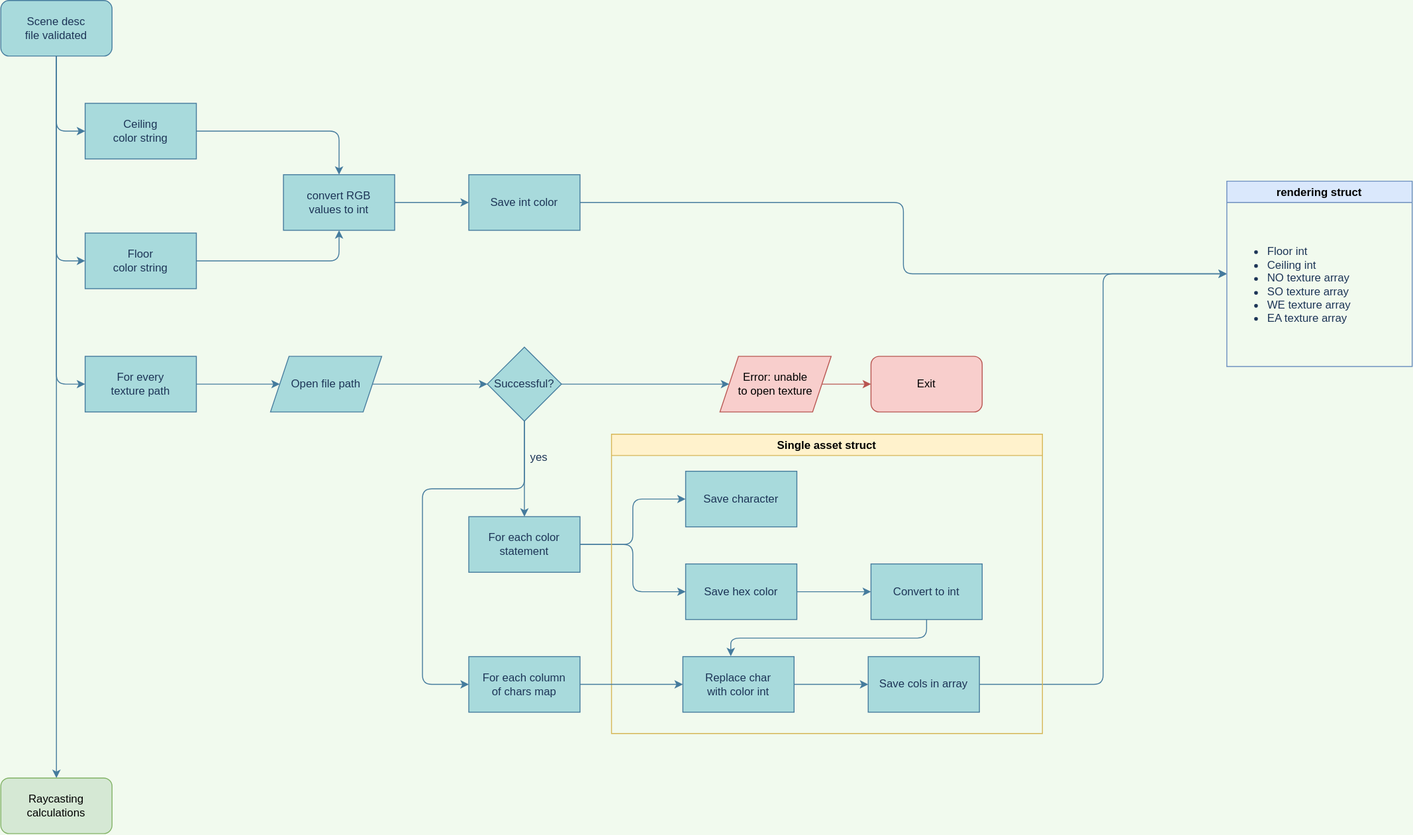
nicolasgasco/42_cub3d keeps this draw.io diagram as flowcharts/post_validation_data_manip.svg. Above is the earlier version. Source tidied: cells renumbered, new cells last; positions are measured from the earlier drawing's top-left corner, leaving out a move shared by most shapes.
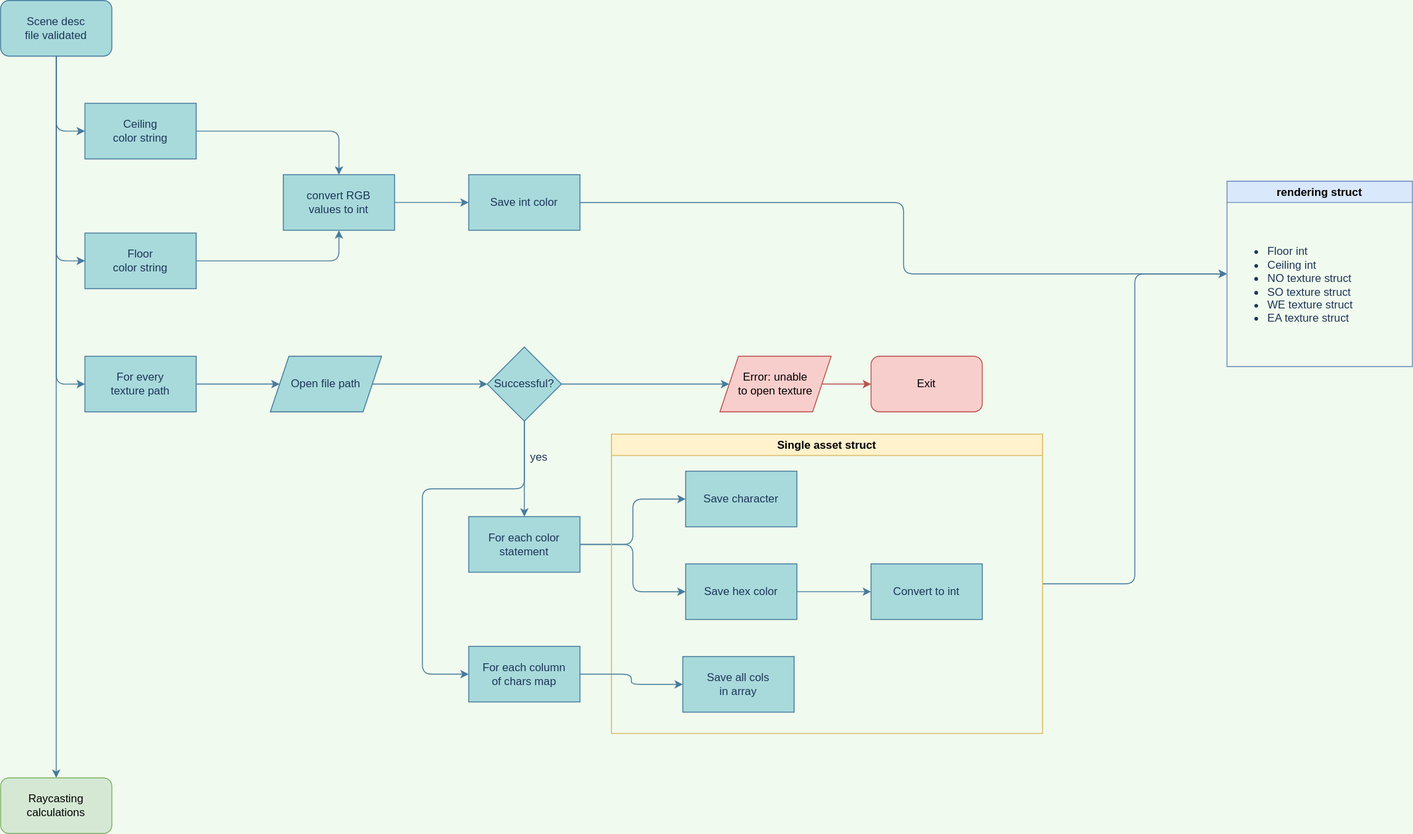
After the commit.

Change to the diagram source:
```diff
@@ -71,31 +71,23 @@
     <mxCell id="24" value="Save hex color" style="whiteSpace=wrap;html=1;fillColor=#A8DADC;strokeColor=#457B9D;fontColor=#1D3557;rounded=0;sketch=0;" parent="1" vertex="1">
       <mxGeometry x="739" y="608" width="120" height="60" as="geometry" />
     </mxCell>
-    <mxCell id="25" style="edgeStyle=orthogonalEdgeStyle;curved=0;rounded=1;sketch=0;jettySize=auto;html=1;entryX=0.431;entryY=-0.008;entryDx=0;entryDy=0;entryPerimeter=0;fontColor=#1D3557;strokeColor=#457B9D;fillColor=#A8DADC;" parent="1" edge="1" source="26" target="29">
-      <mxGeometry relative="1" as="geometry">
-        <Array as="points">
-          <mxPoint x="999" y="688" />
-          <mxPoint x="788" y="688" />
-        </Array>
-      </mxGeometry>
-    </mxCell>
     <mxCell id="26" value="Convert to int" style="whiteSpace=wrap;html=1;fillColor=#A8DADC;strokeColor=#457B9D;fontColor=#1D3557;rounded=0;sketch=0;" parent="1" vertex="1">
       <mxGeometry x="939" y="608" width="120" height="60" as="geometry" />
     </mxCell>
-    <mxCell id="27" style="edgeStyle=orthogonalEdgeStyle;curved=0;rounded=1;sketch=0;jettySize=auto;html=1;entryX=0;entryY=0.5;entryDx=0;entryDy=0;fontColor=#1D3557;strokeColor=#457B9D;fillColor=#A8DADC;exitX=1;exitY=0.5;exitDx=0;exitDy=0;" parent="1" edge="1" source="43" target="40">
+    <mxCell id="27" style="edgeStyle=orthogonalEdgeStyle;curved=0;rounded=1;sketch=0;jettySize=auto;html=1;entryX=0;entryY=0.5;entryDx=0;entryDy=0;fontColor=#1D3557;strokeColor=#457B9D;fillColor=#A8DADC;" parent="1" edge="1" source="28" target="40">
       <mxGeometry relative="1" as="geometry" />
     </mxCell>
     <mxCell id="28" value="Single asset struct" style="swimlane;rounded=0;sketch=0;strokeColor=#d6b656;fillColor=#fff2cc;" parent="1" vertex="1">
       <mxGeometry x="659" y="468" width="465" height="323" as="geometry" />
     </mxCell>
-    <mxCell id="29" value="Replace char&lt;br&gt;with color int" style="whiteSpace=wrap;html=1;fillColor=#A8DADC;strokeColor=#457B9D;fontColor=#1D3557;rounded=0;sketch=0;" parent="28" vertex="1">
+    <mxCell id="29" value="Save all cols&lt;br&gt;in array" style="whiteSpace=wrap;html=1;fillColor=#A8DADC;strokeColor=#457B9D;fontColor=#1D3557;rounded=0;sketch=0;" parent="28" vertex="1">
       <mxGeometry x="77" y="240" width="120" height="60" as="geometry" />
     </mxCell>
     <mxCell id="30" style="edgeStyle=orthogonalEdgeStyle;curved=0;rounded=1;sketch=0;jettySize=auto;html=1;fontColor=#1D3557;strokeColor=#457B9D;fillColor=#A8DADC;" parent="1" edge="1" source="31" target="29">
       <mxGeometry relative="1" as="geometry" />
     </mxCell>
     <mxCell id="31" value="For each column&lt;br&gt;of chars map" style="whiteSpace=wrap;html=1;fillColor=#A8DADC;strokeColor=#457B9D;fontColor=#1D3557;rounded=0;sketch=0;" parent="1" vertex="1">
-      <mxGeometry x="505" y="708" width="120" height="60" as="geometry" />
+      <mxGeometry x="505" y="697" width="120" height="60" as="geometry" />
     </mxCell>
     <mxCell id="32" style="edgeStyle=orthogonalEdgeStyle;curved=0;rounded=1;sketch=0;jettySize=auto;html=1;entryX=0.5;entryY=0;entryDx=0;entryDy=0;fontColor=#1D3557;strokeColor=#457B9D;fillColor=#A8DADC;" parent="1" edge="1" source="35" target="21">
       <mxGeometry relative="1" as="geometry" />
@@ -105,7 +97,7 @@
         <Array as="points">
           <mxPoint x="565" y="527" />
           <mxPoint x="455" y="527" />
-          <mxPoint x="455" y="738" />
+          <mxPoint x="455" y="727" />
         </Array>
       </mxGeometry>
     </mxCell>
@@ -130,17 +122,11 @@
     <mxCell id="40" value="rendering struct" style="swimlane;rounded=0;sketch=0;strokeColor=#6c8ebf;fillColor=#dae8fc;" parent="1" vertex="1">
       <mxGeometry x="1323" y="195" width="200" height="200" as="geometry" />
     </mxCell>
-    <mxCell id="41" value="&lt;ul&gt;&lt;li&gt;Floor int&lt;/li&gt;&lt;li&gt;Ceiling int&lt;/li&gt;&lt;li&gt;NO texture array&lt;/li&gt;&lt;li&gt;SO texture array&lt;/li&gt;&lt;li&gt;WE texture array&lt;/li&gt;&lt;li&gt;EA texture array&lt;/li&gt;&lt;/ul&gt;" style="text;html=1;strokeColor=none;fillColor=none;align=left;verticalAlign=middle;whiteSpace=wrap;rounded=0;sketch=0;fontColor=#1D3557;" parent="40" vertex="1">
+    <mxCell id="41" value="&lt;ul&gt;&lt;li&gt;Floor int&lt;/li&gt;&lt;li&gt;Ceiling int&lt;/li&gt;&lt;li&gt;NO texture struct&lt;/li&gt;&lt;li&gt;SO texture struct&lt;/li&gt;&lt;li&gt;WE texture struct&lt;/li&gt;&lt;li&gt;EA texture struct&lt;/li&gt;&lt;/ul&gt;" style="text;html=1;strokeColor=none;fillColor=none;align=left;verticalAlign=middle;whiteSpace=wrap;rounded=0;sketch=0;fontColor=#1D3557;" parent="40" vertex="1">
       <mxGeometry x="2" y="26" width="196" height="171" as="geometry" />
     </mxCell>
     <mxCell id="42" value="Raycasting calculations" style="whiteSpace=wrap;html=1;fillColor=#d5e8d4;strokeColor=#82b366;rounded=1;sketch=0;" parent="1" vertex="1">
       <mxGeometry y="839" width="120" height="60" as="geometry" />
     </mxCell>
-    <mxCell id="43" value="Save cols in array" style="whiteSpace=wrap;html=1;fillColor=#A8DADC;strokeColor=#457B9D;fontColor=#1D3557;rounded=0;sketch=0;" parent="1" vertex="1">
-      <mxGeometry x="936" y="708" width="120" height="60" as="geometry" />
-    </mxCell>
-    <mxCell id="44" style="edgeStyle=orthogonalEdgeStyle;curved=0;rounded=1;sketch=0;jettySize=auto;html=1;fontColor=#1D3557;strokeColor=#457B9D;fillColor=#A8DADC;" parent="1" edge="1" source="29" target="43">
-      <mxGeometry relative="1" as="geometry" />
-    </mxCell>
   </root>
 </mxGraphModel>
```
